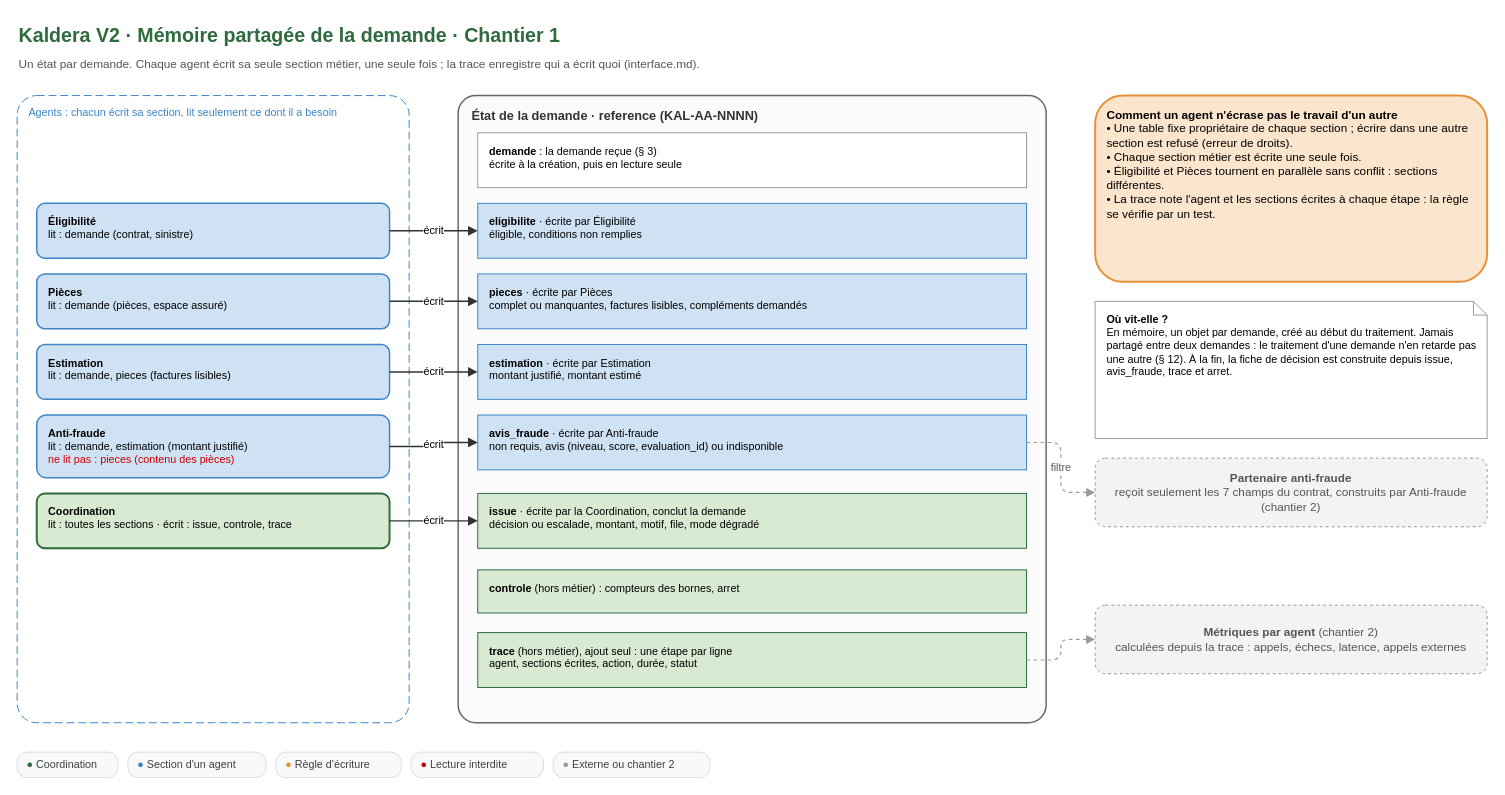
Earlier version of the draw.io diagram schemas/schema-3-memoire-partagee.drawio (Ganda15/kaldera-v2-conception). Source tidied: cells renumbered, new cells numbered last; positions are measured from the earlier drawing's top-left corner, leaving out a move shared by most shapes. Both pictures are drawn from the tidied source at 98%, with x=0, y=0 at pixel (17, 17).
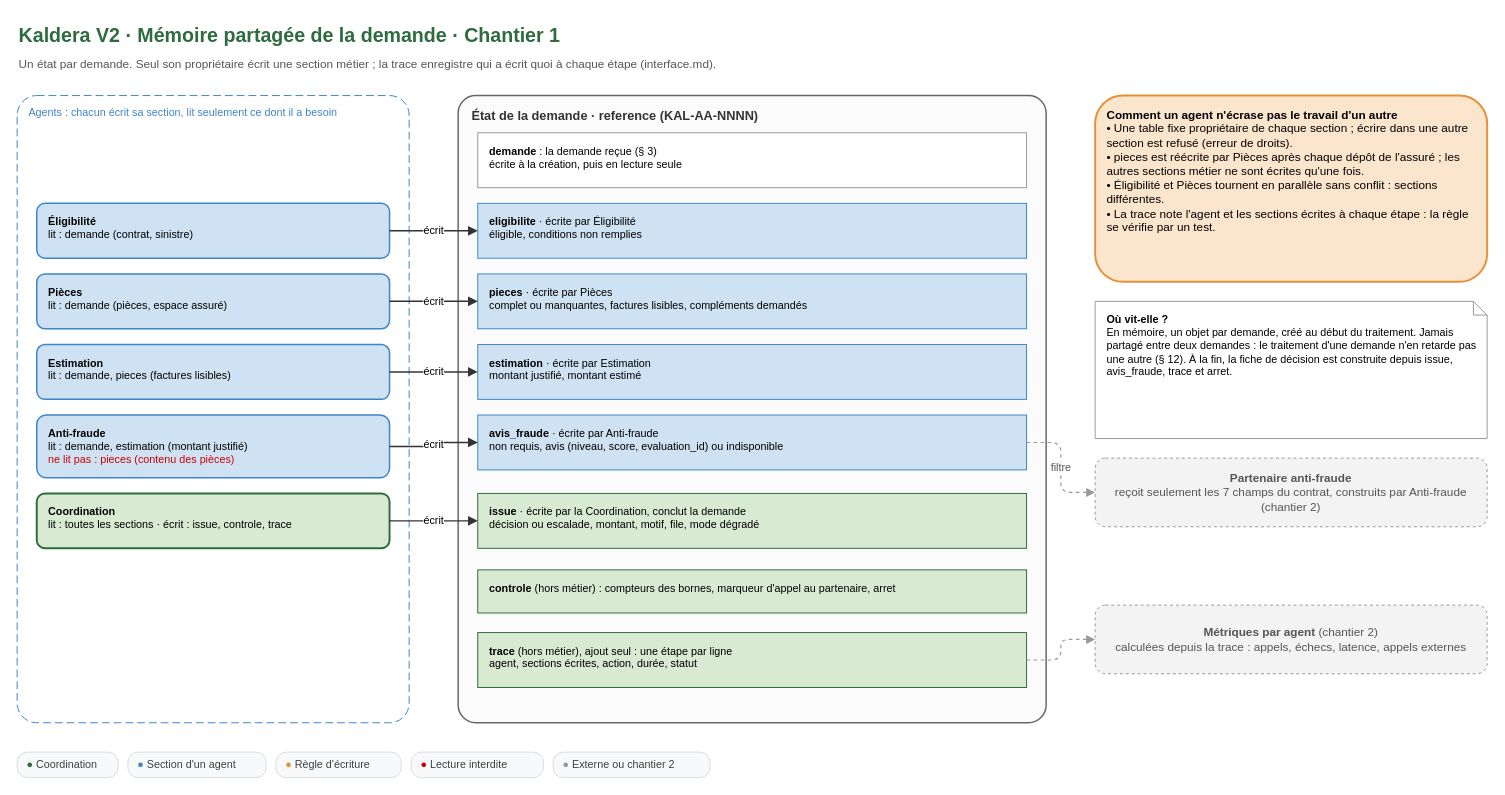
After the change.

The edit, as a diff of the source:
```diff
@@
-    <mxCell id="3" value="Un état par demande. Chaque agent écrit sa seule section métier, une seule fois ; la trace enregistre qui a écrit quoi (interface.md)." style="text;html=1;fontFamily=Arial;fontSize=12;fontColor=#555555;align=left;verticalAlign=top;whiteSpace=wrap;" parent="1" vertex="1">
+    <mxCell id="3" value="Un état par demande. Seul son propriétaire écrit une section métier ; la trace enregistre qui a écrit quoi à chaque étape (interface.md)." style="text;html=1;fontFamily=Arial;fontSize=12;fontColor=#555555;align=left;verticalAlign=top;whiteSpace=wrap;" parent="1" vertex="1">
       <mxGeometry y="34" width="1200" height="22" as="geometry" />
     </mxCell>
@@
-    <mxCell id="17" value="&lt;b&gt;controle&lt;/b&gt; (hors métier) : compteurs des bornes, arret" style="whiteSpace=wrap;html=1;fontFamily=Arial;fontSize=12;align=left;spacingLeft=10;spacingRight=8;verticalAlign=top;spacingTop=6;rounded=0;fillColor=#d9ead3;strokeColor=#2E6B3E;fontSize=11;" parent="1" vertex="1">
+    <mxCell id="17" value="&lt;b&gt;controle&lt;/b&gt; (hors métier) : compteurs des bornes, marqueur d'appel au partenaire, arret" style="whiteSpace=wrap;html=1;fontFamily=Arial;fontSize=12;align=left;spacingLeft=10;spacingRight=8;verticalAlign=top;spacingTop=6;rounded=0;fillColor=#d9ead3;strokeColor=#2E6B3E;fontSize=11;" parent="1" vertex="1">
       <mxGeometry x="470" y="564" width="560" height="44" as="geometry" />
     </mxCell>
@@
-    <mxCell id="24" value="&lt;b&gt;Comment un agent n'écrase pas le travail d'un autre&lt;/b&gt;&lt;br&gt;• Une table fixe propriétaire de chaque section ; écrire dans une autre section est refusé (erreur de droits).&lt;br&gt;• Chaque section métier est écrite une seule fois.&lt;br&gt;• Éligibilité et Pièces tournent en parallèle sans conflit : sections différentes.&lt;br&gt;• La trace note l'agent et les sections écrites à chaque étape : la règle se vérifie par un test." style="whiteSpace=wrap;html=1;fontFamily=Arial;fontSize=12;align=left;spacingLeft=10;spacingRight=8;verticalAlign=top;spacingTop=6;rounded=1;fillColor=#fce5cd;strokeColor=#e69138;strokeWidth=2;" parent="1" vertex="1">
+    <mxCell id="24" value="&lt;b&gt;Comment un agent n'écrase pas le travail d'un autre&lt;/b&gt;&lt;br&gt;• Une table fixe propriétaire de chaque section ; écrire dans une autre section est refusé (erreur de droits).&lt;br&gt;• pieces est réécrite par Pièces après chaque dépôt de l'assuré ; les autres sections métier ne sont écrites qu'une fois.&lt;br&gt;• Éligibilité et Pièces tournent en parallèle sans conflit : sections différentes.&lt;br&gt;• La trace note l'agent et les sections écrites à chaque étape : la règle se vérifie par un test." style="whiteSpace=wrap;html=1;fontFamily=Arial;fontSize=12;align=left;spacingLeft=10;spacingRight=8;verticalAlign=top;spacingTop=6;rounded=1;fillColor=#fce5cd;strokeColor=#e69138;strokeWidth=2;" parent="1" vertex="1">
       <mxGeometry x="1100" y="80" width="400" height="190" as="geometry" />
     </mxCell>
```
